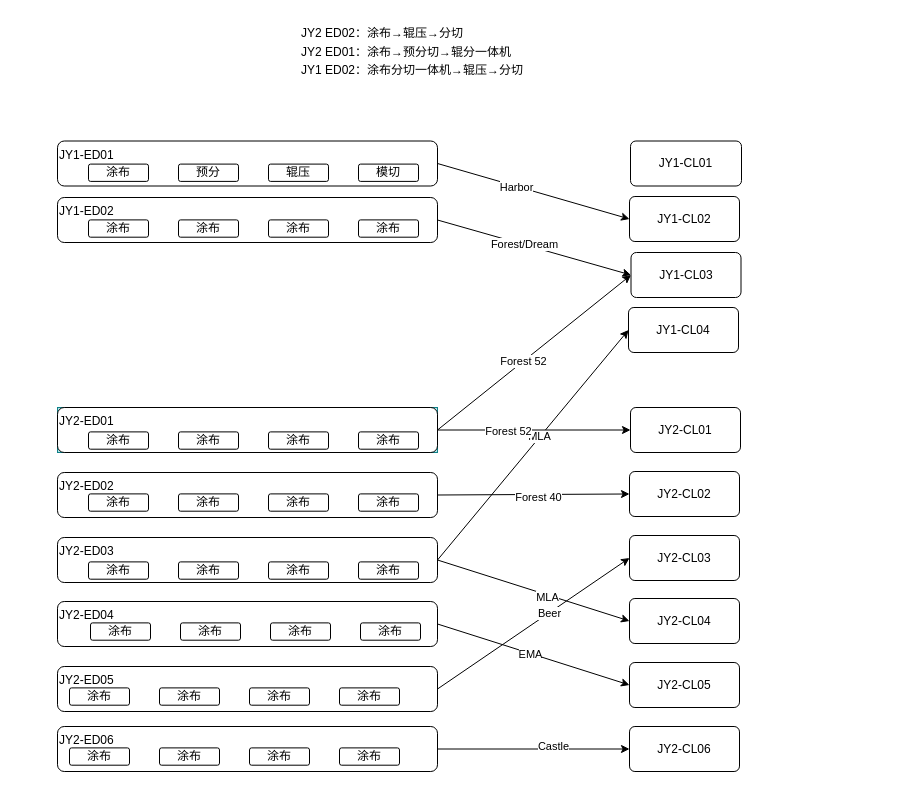
Earlier version of the draw.io diagram flow.drawio (zhzhuoou/draw). Source tidied: cells renumbered, new cells numbered last; positions are measured from the earlier drawing's top-left corner, leaving out a move shared by most shapes. Both pictures are drawn from the tidied source at 100%, with x=0, y=0 at pixel (57, 17).
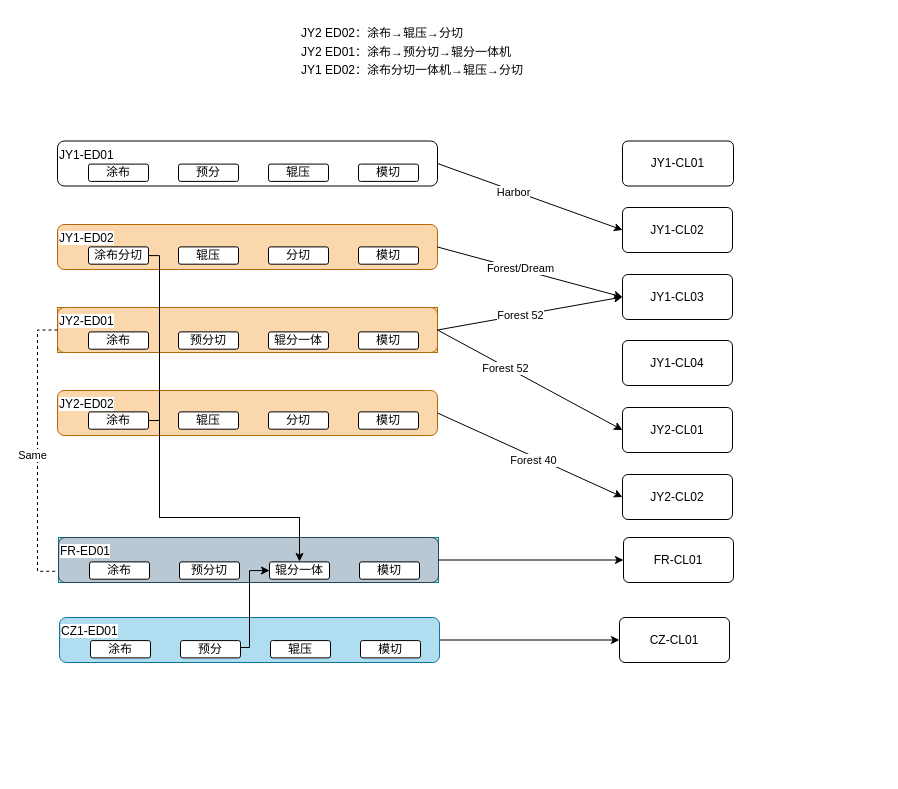
The same diagram, later.

The edit, as a diff of the source:
```diff
@@
+    <mxCell id="31" style="group;" parent="1" vertex="1">
+      <mxGeometry y="373" width="380" height="45" as="geometry" />
+    </mxCell>
+    <mxCell id="32" value="JY2-ED02" style="rounded=1;whiteSpace=wrap;html=1;align=left;verticalAlign=top;labelBackgroundColor=#FFFFFF;fillColor=#fad7ac;strokeColor=#b46504;" parent="31" vertex="1">
+      <mxGeometry width="380" height="45" as="geometry" />
+    </mxCell>
+    <mxCell id="33" value="涂布" style="rounded=1;whiteSpace=wrap;html=1;imageHeight=24;arcSize=12;" parent="31" vertex="1">
+      <mxGeometry x="31" y="21.4" width="60" height="17.3" as="geometry" />
+    </mxCell>
+    <mxCell id="34" value="辊压" style="rounded=1;whiteSpace=wrap;html=1;imageHeight=24;arcSize=12;" parent="31" vertex="1">
+      <mxGeometry x="121" y="21.4" width="60" height="17.3" as="geometry" />
+    </mxCell>
+    <mxCell id="35" value="分切" style="rounded=1;whiteSpace=wrap;html=1;imageHeight=24;arcSize=12;" parent="31" vertex="1">
+      <mxGeometry x="211" y="21.4" width="60" height="17.3" as="geometry" />
+    </mxCell>
+    <mxCell id="36" value="模切" style="rounded=1;whiteSpace=wrap;html=1;imageHeight=24;arcSize=12;" parent="31" vertex="1">
+      <mxGeometry x="301" y="21.4" width="60" height="17.3" as="geometry" />
+    </mxCell>
+    <mxCell id="25" style="group;fillColor=#fad7ac;strokeColor=#b46504;" parent="1" vertex="1">
+      <mxGeometry y="290" width="380" height="45" as="geometry" />
+    </mxCell>
+    <mxCell id="26" value="JY2-ED01" style="rounded=1;whiteSpace=wrap;html=1;align=left;verticalAlign=top;labelBackgroundColor=#FFFFFF;fillColor=#fad7ac;strokeColor=#b46504;" parent="25" vertex="1">
+      <mxGeometry width="380" height="45" as="geometry" />
+    </mxCell>
+    <mxCell id="27" value="涂布" style="rounded=1;whiteSpace=wrap;html=1;imageHeight=24;arcSize=12;" parent="25" vertex="1">
+      <mxGeometry x="31" y="24.4" width="60" height="17.3" as="geometry" />
+    </mxCell>
+    <mxCell id="28" value="预分切" style="rounded=1;whiteSpace=wrap;html=1;imageHeight=24;arcSize=12;" parent="25" vertex="1">
+      <mxGeometry x="121" y="24.4" width="60" height="17.3" as="geometry" />
+    </mxCell>
+    <mxCell id="29" value="辊分一体" style="rounded=1;whiteSpace=wrap;html=1;imageHeight=24;arcSize=12;" parent="25" vertex="1">
+      <mxGeometry x="211" y="24.4" width="60" height="17.3" as="geometry" />
+    </mxCell>
+    <mxCell id="30" value="模切" style="rounded=1;whiteSpace=wrap;html=1;imageHeight=24;arcSize=12;" parent="25" vertex="1">
+      <mxGeometry x="301" y="24.4" width="60" height="17.3" as="geometry" />
+    </mxCell>
     <mxCell id="2" value="JY1-CL01" style="rounded=1;whiteSpace=wrap;html=1;imageHeight=24;arcSize=12;" parent="1" vertex="1">
-      <mxGeometry x="573" y="123.5" width="111" height="45" as="geometry" />
+      <mxGeometry x="565" y="123.5" width="111" height="45" as="geometry" />
     </mxCell>
@@
     <mxCell id="11" value="JY1-CL02" style="rounded=1;whiteSpace=wrap;html=1;imageHeight=24;arcSize=12;" parent="1" vertex="1">
-      <mxGeometry x="572" y="179" width="110" height="45" as="geometry" />
+      <mxGeometry x="565" y="190" width="110" height="45" as="geometry" />
     </mxCell>
     <mxCell id="12" style="group;align=left;" parent="1" vertex="1">
-      <mxGeometry y="180" width="380" height="45" as="geometry" />
+      <mxGeometry y="207" width="380" height="45" as="geometry" />
     </mxCell>
-    <mxCell id="13" value="JY1-ED02" style="rounded=1;whiteSpace=wrap;html=1;align=left;verticalAlign=top;labelBackgroundColor=#FFFFFF;" parent="12" vertex="1">
+    <mxCell id="13" value="JY1-ED02" style="rounded=1;whiteSpace=wrap;html=1;align=left;verticalAlign=top;labelBackgroundColor=#FFFFFF;fillColor=#fad7ac;strokeColor=#b46504;" parent="12" vertex="1">
       <mxGeometry width="380" height="45" as="geometry" />
     </mxCell>
+    <mxCell id="84" style="edgeStyle=orthogonalEdgeStyle;rounded=0;jettySize=auto;html=1;" parent="12" edge="1" source="14">
+      <mxGeometry relative="1" as="geometry">
+        <mxPoint x="242" y="333" as="targetPoint" />
+        <Array as="points">
+          <mxPoint x="102" y="31" />
+          <mxPoint x="102" y="293" />
+          <mxPoint x="242" y="293" />
+        </Array>
+      </mxGeometry>
+    </mxCell>
-    <mxCell id="14" value="涂布" style="rounded=1;whiteSpace=wrap;html=1;imageHeight=24;arcSize=12;" parent="12" vertex="1">
+    <mxCell id="14" value="涂布分切" style="rounded=1;whiteSpace=wrap;html=1;imageHeight=24;arcSize=12;" parent="12" vertex="1">
       <mxGeometry x="31" y="22.4" width="60" height="17.3" as="geometry" />
     </mxCell>
-    <mxCell id="15" value="涂布" style="rounded=1;whiteSpace=wrap;html=1;imageHeight=24;arcSize=12;" parent="12" vertex="1">
+    <mxCell id="15" value="辊压" style="rounded=1;whiteSpace=wrap;html=1;imageHeight=24;arcSize=12;" parent="12" vertex="1">
       <mxGeometry x="121" y="22.4" width="60" height="17.3" as="geometry" />
     </mxCell>
-    <mxCell id="16" value="涂布" style="rounded=1;whiteSpace=wrap;html=1;imageHeight=24;arcSize=12;" parent="12" vertex="1">
+    <mxCell id="16" value="分切" style="rounded=1;whiteSpace=wrap;html=1;imageHeight=24;arcSize=12;" parent="12" vertex="1">
       <mxGeometry x="211" y="22.4" width="60" height="17.3" as="geometry" />
     </mxCell>
-    <mxCell id="17" value="涂布" style="rounded=1;whiteSpace=wrap;html=1;imageHeight=24;arcSize=12;" parent="12" vertex="1">
+    <mxCell id="17" value="模切" style="rounded=1;whiteSpace=wrap;html=1;imageHeight=24;arcSize=12;" parent="12" vertex="1">
       <mxGeometry x="301" y="22.4" width="60" height="17.3" as="geometry" />
     </mxCell>
     <mxCell id="18" value="JY1-CL03" style="rounded=1;whiteSpace=wrap;html=1;imageHeight=24;arcSize=12;" parent="1" vertex="1">
-      <mxGeometry x="573.5" y="235" width="110" height="45" as="geometry" />
+      <mxGeometry x="565" y="257" width="110" height="45" as="geometry" />
     </mxCell>
     <mxCell id="19" value="JY1-CL04" style="rounded=1;whiteSpace=wrap;html=1;imageHeight=24;arcSize=12;" parent="1" vertex="1">
-      <mxGeometry x="571" y="290" width="110" height="45" as="geometry" />
+      <mxGeometry x="565" y="323" width="110" height="45" as="geometry" />
     </mxCell>
     <mxCell id="20" value="JY2-CL01" style="rounded=1;whiteSpace=wrap;html=1;imageHeight=24;arcSize=12;flipV=0;" parent="1" vertex="1">
-      <mxGeometry x="573" y="390" width="110" height="45" as="geometry" />
+      <mxGeometry x="565" y="390" width="110" height="45" as="geometry" />
     </mxCell>
     <mxCell id="21" value="JY2-CL02" style="rounded=1;whiteSpace=wrap;html=1;imageHeight=24;arcSize=12;flipV=0;" parent="1" vertex="1">
-      <mxGeometry x="572" y="454" width="110" height="45" as="geometry" />
+      <mxGeometry x="565" y="457" width="110" height="45" as="geometry" />
     </mxCell>
-    <mxCell id="22" value="JY2-CL03" style="rounded=1;whiteSpace=wrap;html=1;imageHeight=24;arcSize=12;flipV=0;" parent="1" vertex="1">
-      <mxGeometry x="572" y="518" width="110" height="45" as="geometry" />
-    </mxCell>
-    <mxCell id="23" value="JY2-CL04" style="rounded=1;whiteSpace=wrap;html=1;imageHeight=24;arcSize=12;flipV=0;" parent="1" vertex="1">
-      <mxGeometry x="572" y="581" width="110" height="45" as="geometry" />
-    </mxCell>
-    <mxCell id="24" value="JY2-CL05" style="rounded=1;whiteSpace=wrap;html=1;imageHeight=24;arcSize=12;flipV=0;" parent="1" vertex="1">
-      <mxGeometry x="572" y="645" width="110" height="45" as="geometry" />
-    </mxCell>
-    <mxCell id="25" style="group;fillColor=#b0e3e6;strokeColor=#0e8088;gradientColor=none;" parent="1" vertex="1">
-      <mxGeometry y="390" width="380" height="45" as="geometry" />
-    </mxCell>
-    <mxCell id="26" value="JY2-ED01" style="rounded=1;whiteSpace=wrap;html=1;align=left;verticalAlign=top;labelBackgroundColor=#FFFFFF;" parent="25" vertex="1">
-      <mxGeometry width="380" height="45" as="geometry" />
-    </mxCell>
-    <mxCell id="27" value="涂布" style="rounded=1;whiteSpace=wrap;html=1;imageHeight=24;arcSize=12;" parent="25" vertex="1">
-      <mxGeometry x="31" y="24.4" width="60" height="17.3" as="geometry" />
-    </mxCell>
-    <mxCell id="28" value="涂布" style="rounded=1;whiteSpace=wrap;html=1;imageHeight=24;arcSize=12;" parent="25" vertex="1">
-      <mxGeometry x="121" y="24.4" width="60" height="17.3" as="geometry" />
-    </mxCell>
-    <mxCell id="29" value="涂布" style="rounded=1;whiteSpace=wrap;html=1;imageHeight=24;arcSize=12;" parent="25" vertex="1">
-      <mxGeometry x="211" y="24.4" width="60" height="17.3" as="geometry" />
-    </mxCell>
-    <mxCell id="30" value="涂布" style="rounded=1;whiteSpace=wrap;html=1;imageHeight=24;arcSize=12;" parent="25" vertex="1">
-      <mxGeometry x="301" y="24.4" width="60" height="17.3" as="geometry" />
-    </mxCell>
-    <mxCell id="31" style="group;" parent="1" vertex="1">
-      <mxGeometry y="455" width="380" height="45" as="geometry" />
-    </mxCell>
-    <mxCell id="32" value="JY2-ED02" style="rounded=1;whiteSpace=wrap;html=1;align=left;verticalAlign=top;labelBackgroundColor=#FFFFFF;" parent="31" vertex="1">
-      <mxGeometry width="380" height="45" as="geometry" />
-    </mxCell>
-    <mxCell id="33" value="涂布" style="rounded=1;whiteSpace=wrap;html=1;imageHeight=24;arcSize=12;" parent="31" vertex="1">
-      <mxGeometry x="31" y="21.4" width="60" height="17.3" as="geometry" />
-    </mxCell>
-    <mxCell id="34" value="涂布" style="rounded=1;whiteSpace=wrap;html=1;imageHeight=24;arcSize=12;" parent="31" vertex="1">
-      <mxGeometry x="121" y="21.4" width="60" height="17.3" as="geometry" />
-    </mxCell>
-    <mxCell id="35" value="涂布" style="rounded=1;whiteSpace=wrap;html=1;imageHeight=24;arcSize=12;" parent="31" vertex="1">
-      <mxGeometry x="211" y="21.4" width="60" height="17.3" as="geometry" />
-    </mxCell>
-    <mxCell id="36" value="涂布" style="rounded=1;whiteSpace=wrap;html=1;imageHeight=24;arcSize=12;" parent="31" vertex="1">
-      <mxGeometry x="301" y="21.4" width="60" height="17.3" as="geometry" />
-    </mxCell>
-    <mxCell id="37" style="group;" parent="1" vertex="1">
-      <mxGeometry y="520" width="380" height="45" as="geometry" />
-    </mxCell>
-    <mxCell id="38" value="JY2-ED03" style="rounded=1;whiteSpace=wrap;html=1;align=left;verticalAlign=top;labelBackgroundColor=#FFFFFF;" parent="37" vertex="1">
-      <mxGeometry width="380" height="45" as="geometry" />
-    </mxCell>
-    <mxCell id="39" value="涂布" style="rounded=1;whiteSpace=wrap;html=1;imageHeight=24;arcSize=12;" parent="37" vertex="1">
-      <mxGeometry x="31" y="24.4" width="60" height="17.3" as="geometry" />
-    </mxCell>
-    <mxCell id="40" value="涂布" style="rounded=1;whiteSpace=wrap;html=1;imageHeight=24;arcSize=12;" parent="37" vertex="1">
-      <mxGeometry x="121" y="24.4" width="60" height="17.3" as="geometry" />
-    </mxCell>
-    <mxCell id="41" value="涂布" style="rounded=1;whiteSpace=wrap;html=1;imageHeight=24;arcSize=12;" parent="37" vertex="1">
-      <mxGeometry x="211" y="24.4" width="60" height="17.3" as="geometry" />
-    </mxCell>
-    <mxCell id="42" value="涂布" style="rounded=1;whiteSpace=wrap;html=1;imageHeight=24;arcSize=12;" parent="37" vertex="1">
-      <mxGeometry x="301" y="24.4" width="60" height="17.3" as="geometry" />
-    </mxCell>
@@
-    <mxCell id="47" style="rounded=0;jettySize=auto;html=1;entryX=0;entryY=0.5;entryDx=0;entryDy=0;exitX=1;exitY=0.5;exitDx=0;exitDy=0;" parent="1" edge="1" source="38" target="19">
-      <mxGeometry relative="1" as="geometry" />
-    </mxCell>
-    <mxCell id="48" value="MLA" style="edgeLabel;html=1;align=center;verticalAlign=middle;" parent="47" vertex="1">
-      <mxGeometry x="0.07" y="1" relative="1" as="geometry" />
-    </mxCell>
@@
-    <mxCell id="51" value="JY2-CL06" style="rounded=1;whiteSpace=wrap;html=1;imageHeight=24;arcSize=12;flipV=0;" parent="1" vertex="1">
-      <mxGeometry x="572" y="709" width="110" height="45" as="geometry" />
-    </mxCell>
@@
-    <mxCell id="54" style="rounded=0;jettySize=auto;html=1;entryX=0;entryY=0.5;entryDx=0;entryDy=0;exitX=1;exitY=0.5;exitDx=0;exitDy=0;" parent="1" edge="1" source="38" target="23">
-      <mxGeometry relative="1" as="geometry" />
-    </mxCell>
-    <mxCell id="55" value="MLA" style="edgeLabel;html=1;align=center;verticalAlign=middle;" parent="54" vertex="1">
-      <mxGeometry x="0.15" y="-2" relative="1" as="geometry" />
-    </mxCell>
-    <mxCell id="56" style="rounded=0;jettySize=auto;html=1;entryX=0;entryY=0.5;entryDx=0;entryDy=0;exitX=1;exitY=0.5;exitDx=0;exitDy=0;" parent="1" edge="1" source="69" target="24">
-      <mxGeometry relative="1" as="geometry" />
-    </mxCell>
-    <mxCell id="57" value="EMA" style="edgeLabel;html=1;align=center;verticalAlign=middle;" parent="56" vertex="1">
-      <mxGeometry x="-0.04" y="-1" relative="1" as="geometry" />
-    </mxCell>
-    <mxCell id="58" style="rounded=0;jettySize=auto;html=1;entryX=0;entryY=0.5;entryDx=0;entryDy=0;exitX=1;exitY=0.5;exitDx=0;exitDy=0;" parent="1" edge="1" source="62" target="22">
-      <mxGeometry relative="1" as="geometry" />
-    </mxCell>
-    <mxCell id="59" value="Beer" style="edgeLabel;html=1;align=center;verticalAlign=middle;" parent="58" vertex="1">
-      <mxGeometry x="0.16" relative="1" as="geometry" />
-    </mxCell>
-    <mxCell id="60" style="group;" parent="1" vertex="1">
-      <mxGeometry y="649" width="380" height="45" as="geometry" />
-    </mxCell>
-    <mxCell id="61" style="group;" parent="60" vertex="1">
-      <mxGeometry width="380" height="45" as="geometry" />
-    </mxCell>
-    <mxCell id="62" value="JY2-ED05" style="rounded=1;whiteSpace=wrap;html=1;align=left;verticalAlign=top;labelBackgroundColor=#FFFFFF;" parent="61" vertex="1">
-      <mxGeometry width="380" height="45" as="geometry" />
-    </mxCell>
-    <mxCell id="63" value="涂布" style="rounded=1;whiteSpace=wrap;html=1;imageHeight=24;arcSize=12;" parent="60" vertex="1">
-      <mxGeometry x="12" y="21.4" width="60" height="17.3" as="geometry" />
-    </mxCell>
-    <mxCell id="64" value="涂布" style="rounded=1;whiteSpace=wrap;html=1;imageHeight=24;arcSize=12;" parent="60" vertex="1">
-      <mxGeometry x="102" y="21.4" width="60" height="17.3" as="geometry" />
-    </mxCell>
-    <mxCell id="65" value="涂布" style="rounded=1;whiteSpace=wrap;html=1;imageHeight=24;arcSize=12;" parent="60" vertex="1">
-      <mxGeometry x="192" y="21.4" width="60" height="17.3" as="geometry" />
-    </mxCell>
-    <mxCell id="66" value="涂布" style="rounded=1;whiteSpace=wrap;html=1;imageHeight=24;arcSize=12;" parent="60" vertex="1">
-      <mxGeometry x="282" y="21.4" width="60" height="17.3" as="geometry" />
-    </mxCell>
-    <mxCell id="67" style="group;" parent="1" vertex="1">
-      <mxGeometry y="584" width="380" height="45" as="geometry" />
-    </mxCell>
-    <mxCell id="68" style="group;" parent="67" vertex="1">
-      <mxGeometry width="380" height="45" as="geometry" />
-    </mxCell>
-    <mxCell id="69" value="JY2-ED04" style="rounded=1;whiteSpace=wrap;html=1;align=left;verticalAlign=top;labelBackgroundColor=#FFFFFF;" parent="68" vertex="1">
-      <mxGeometry width="380" height="45" as="geometry" />
-    </mxCell>
-    <mxCell id="70" value="涂布" style="rounded=1;whiteSpace=wrap;html=1;imageHeight=24;arcSize=12;" parent="67" vertex="1">
-      <mxGeometry x="33" y="21.4" width="60" height="17.3" as="geometry" />
-    </mxCell>
-    <mxCell id="71" value="涂布" style="rounded=1;whiteSpace=wrap;html=1;imageHeight=24;arcSize=12;" parent="67" vertex="1">
-      <mxGeometry x="123" y="21.4" width="60" height="17.3" as="geometry" />
-    </mxCell>
-    <mxCell id="72" value="涂布" style="rounded=1;whiteSpace=wrap;html=1;imageHeight=24;arcSize=12;" parent="67" vertex="1">
-      <mxGeometry x="213" y="21.4" width="60" height="17.3" as="geometry" />
-    </mxCell>
-    <mxCell id="73" value="涂布" style="rounded=1;whiteSpace=wrap;html=1;imageHeight=24;arcSize=12;" parent="67" vertex="1">
-      <mxGeometry x="303" y="21.4" width="60" height="17.3" as="geometry" />
-    </mxCell>
-    <mxCell id="74" style="group;" parent="1" vertex="1">
-      <mxGeometry y="709" width="380" height="45" as="geometry" />
-    </mxCell>
-    <mxCell id="75" style="group;" parent="74" vertex="1">
-      <mxGeometry width="380" height="45" as="geometry" />
-    </mxCell>
-    <mxCell id="76" value="JY2-ED06" style="rounded=1;whiteSpace=wrap;html=1;align=left;verticalAlign=top;labelBackgroundColor=#FFFFFF;" parent="75" vertex="1">
-      <mxGeometry width="380" height="45" as="geometry" />
-    </mxCell>
-    <mxCell id="77" value="涂布" style="rounded=1;whiteSpace=wrap;html=1;imageHeight=24;arcSize=12;" parent="74" vertex="1">
-      <mxGeometry x="12" y="21.4" width="60" height="17.3" as="geometry" />
-    </mxCell>
-    <mxCell id="78" value="涂布" style="rounded=1;whiteSpace=wrap;html=1;imageHeight=24;arcSize=12;" parent="74" vertex="1">
-      <mxGeometry x="102" y="21.4" width="60" height="17.3" as="geometry" />
-    </mxCell>
-    <mxCell id="79" value="涂布" style="rounded=1;whiteSpace=wrap;html=1;imageHeight=24;arcSize=12;" parent="74" vertex="1">
-      <mxGeometry x="192" y="21.4" width="60" height="17.3" as="geometry" />
-    </mxCell>
-    <mxCell id="80" value="涂布" style="rounded=1;whiteSpace=wrap;html=1;imageHeight=24;arcSize=12;" parent="74" vertex="1">
-      <mxGeometry x="282" y="21.4" width="60" height="17.3" as="geometry" />
-    </mxCell>
-    <mxCell id="81" style="edgeStyle=orthogonalEdgeStyle;rounded=0;jettySize=auto;html=1;entryX=0;entryY=0.5;entryDx=0;entryDy=0;" parent="1" edge="1" source="76" target="51">
-      <mxGeometry relative="1" as="geometry" />
-    </mxCell>
-    <mxCell id="82" value="Castle" style="edgeLabel;html=1;align=center;verticalAlign=middle;" parent="81" vertex="1">
-      <mxGeometry x="0.2" y="3" relative="1" as="geometry" />
-    </mxCell>
@@
+    <mxCell id="85" style="group;fillColor=#b0e3e6;strokeColor=#0e8088;" parent="1" vertex="1">
+      <mxGeometry x="1" y="520" width="380" height="45" as="geometry" />
+    </mxCell>
+    <mxCell id="86" value="FR-ED01" style="rounded=1;whiteSpace=wrap;html=1;align=left;verticalAlign=top;labelBackgroundColor=#FFFFFF;fillColor=#bac8d3;strokeColor=#23445d;" parent="85" vertex="1">
+      <mxGeometry width="380" height="45" as="geometry" />
+    </mxCell>
+    <mxCell id="39" value="涂布" style="rounded=1;whiteSpace=wrap;html=1;imageHeight=24;arcSize=12;" parent="85" vertex="1">
+      <mxGeometry x="31" y="24.4" width="60" height="17.3" as="geometry" />
+    </mxCell>
+    <mxCell id="87" value="预分切" style="rounded=1;whiteSpace=wrap;html=1;imageHeight=24;arcSize=12;" parent="85" vertex="1">
+      <mxGeometry x="121" y="24.4" width="60" height="17.3" as="geometry" />
+    </mxCell>
+    <mxCell id="88" value="辊分一体" style="rounded=1;whiteSpace=wrap;html=1;imageHeight=24;arcSize=12;" parent="85" vertex="1">
+      <mxGeometry x="211" y="24.4" width="60" height="17.3" as="geometry" />
+    </mxCell>
+    <mxCell id="89" value="模切" style="rounded=1;whiteSpace=wrap;html=1;imageHeight=24;arcSize=12;" parent="85" vertex="1">
+      <mxGeometry x="301" y="24.4" width="60" height="17.3" as="geometry" />
+    </mxCell>
+    <mxCell id="90" value="FR-CL01" style="rounded=1;whiteSpace=wrap;html=1;imageHeight=24;arcSize=12;flipV=0;" parent="1" vertex="1">
+      <mxGeometry x="566" y="520" width="110" height="45" as="geometry" />
+    </mxCell>
+    <mxCell id="91" style="edgeStyle=orthogonalEdgeStyle;rounded=0;jettySize=auto;html=1;" parent="1" edge="1" source="86" target="90">
+      <mxGeometry relative="1" as="geometry" />
+    </mxCell>
+    <mxCell id="92" style="group;fillColor=none;" parent="1" vertex="1">
+      <mxGeometry x="2" y="600" width="822" height="45" as="geometry" />
+    </mxCell>
+    <mxCell id="93" style="edgeStyle=orthogonalEdgeStyle;rounded=0;jettySize=auto;html=1;entryX=0;entryY=0.5;entryDx=0;entryDy=0;" parent="92" edge="1" source="94" target="99">
+      <mxGeometry relative="1" as="geometry" />
+    </mxCell>
+    <mxCell id="94" value="CZ1-ED01" style="rounded=1;whiteSpace=wrap;html=1;align=left;verticalAlign=top;labelBackgroundColor=#FFFFFF;fillColor=#b1ddf0;strokeColor=#10739e;" parent="92" vertex="1">
+      <mxGeometry width="380" height="45" as="geometry" />
+    </mxCell>
+    <mxCell id="95" value="涂布" style="rounded=1;whiteSpace=wrap;html=1;imageHeight=24;arcSize=12;" parent="92" vertex="1">
+      <mxGeometry x="31" y="23.1" width="60" height="17.3" as="geometry" />
+    </mxCell>
+    <mxCell id="96" value="预分" style="rounded=1;whiteSpace=wrap;html=1;imageHeight=24;arcSize=12;" parent="92" vertex="1">
+      <mxGeometry x="121" y="23.1" width="60" height="17.3" as="geometry" />
+    </mxCell>
+    <mxCell id="97" value="辊压" style="rounded=1;whiteSpace=wrap;html=1;imageHeight=24;arcSize=12;" parent="92" vertex="1">
+      <mxGeometry x="211" y="23.1" width="60" height="17.3" as="geometry" />
+    </mxCell>
+    <mxCell id="98" value="模切" style="rounded=1;whiteSpace=wrap;html=1;imageHeight=24;arcSize=12;" parent="92" vertex="1">
+      <mxGeometry x="301" y="23.1" width="60" height="17.3" as="geometry" />
+    </mxCell>
+    <mxCell id="99" value="CZ-CL01" style="rounded=1;whiteSpace=wrap;html=1;imageHeight=24;arcSize=12;flipV=0;" parent="92" vertex="1">
+      <mxGeometry x="560" width="110" height="45" as="geometry" />
+    </mxCell>
+    <mxCell id="100" style="edgeStyle=orthogonalEdgeStyle;rounded=0;jettySize=auto;html=1;exitX=1;exitY=0.5;exitDx=0;exitDy=0;entryX=0;entryY=0.5;entryDx=0;entryDy=0;" parent="1" edge="1" source="96" target="88">
+      <mxGeometry relative="1" as="geometry">
+        <Array as="points">
+          <mxPoint x="183" y="630" />
+          <mxPoint x="192" y="630" />
+          <mxPoint x="192" y="553" />
+        </Array>
+      </mxGeometry>
+    </mxCell>
+    <mxCell id="101" style="edgeStyle=orthogonalEdgeStyle;rounded=0;jettySize=auto;html=1;exitX=1;exitY=0.5;exitDx=0;exitDy=0;" parent="1" edge="1" source="33">
+      <mxGeometry relative="1" as="geometry">
+        <mxPoint x="242" y="544" as="targetPoint" />
+        <Array as="points">
+          <mxPoint x="102" y="403" />
+          <mxPoint x="102" y="500" />
+          <mxPoint x="242" y="500" />
+        </Array>
+      </mxGeometry>
+    </mxCell>
+    <mxCell id="102" style="edgeStyle=orthogonalEdgeStyle;rounded=0;jettySize=auto;html=1;entryX=0;entryY=0.75;entryDx=0;entryDy=0;exitX=0;exitY=0.5;exitDx=0;exitDy=0;endArrow=none;startFill=0;dashed=1;" parent="1" edge="1" source="26" target="86">
+      <mxGeometry relative="1" as="geometry" />
+    </mxCell>
+    <mxCell id="103" value="Same" style="edgeLabel;html=1;align=center;verticalAlign=middle;" parent="102" vertex="1">
+      <mxGeometry x="0.03" y="-6" relative="1" as="geometry" />
+    </mxCell>
```
